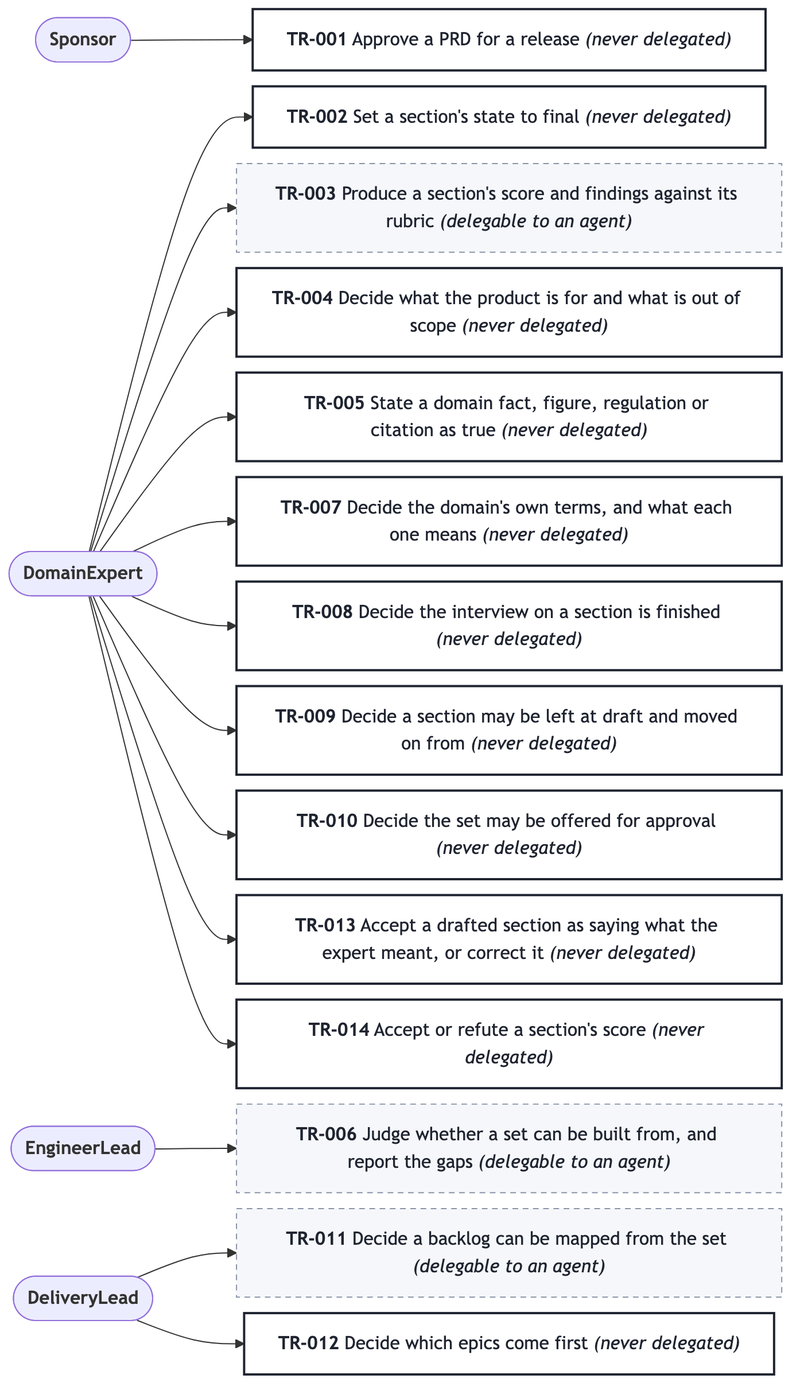
The Mermaid diagram docs/prd/prd-forge/diagrams/decision-rights.png in SpillwaveSolutions/prd-forge, before a commit. Its source is kept beside it as docs/prd/prd-forge/diagrams/decision-rights.mmd.
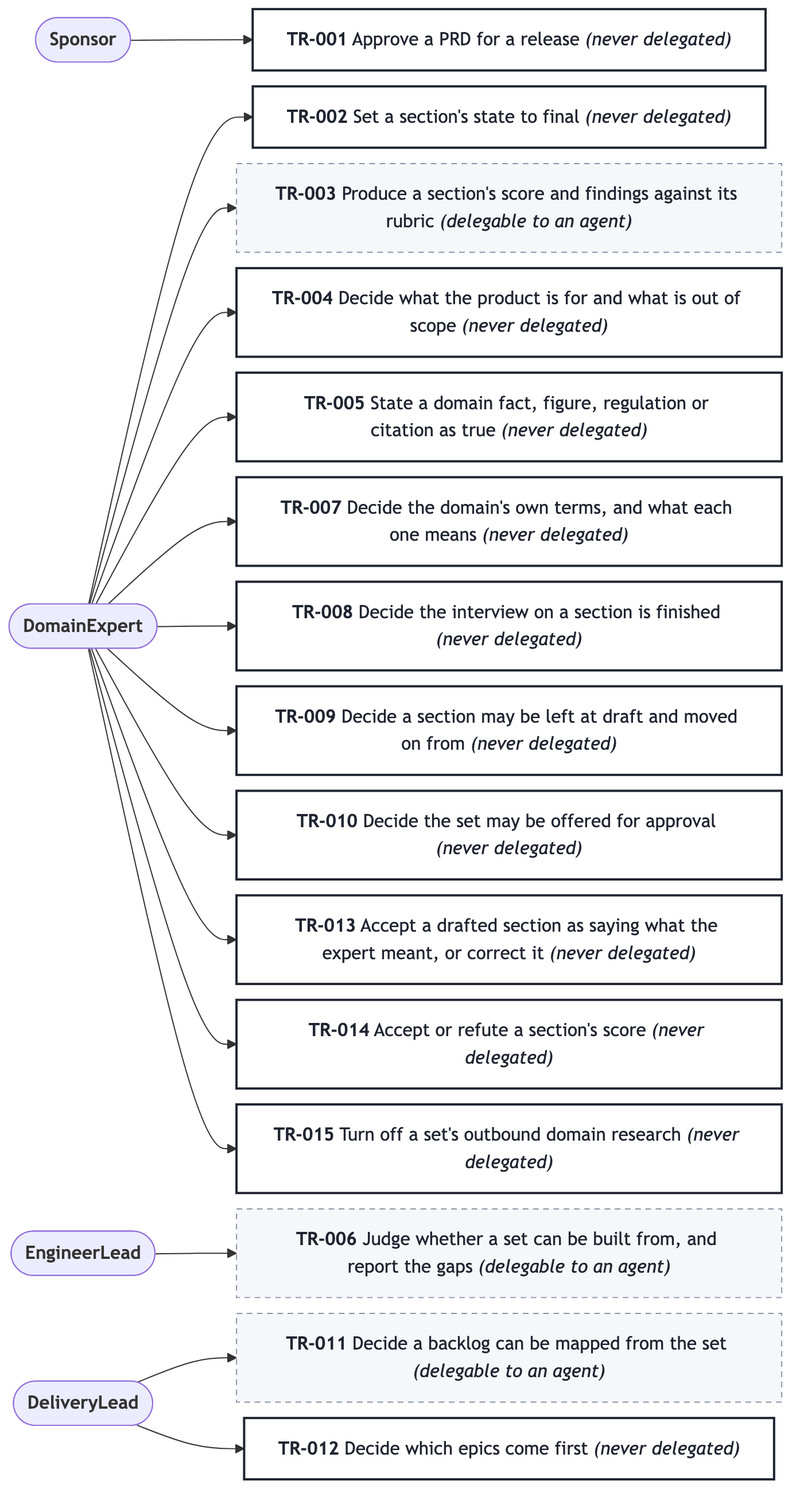
After the commit.

Change to the diagram source:
```diff
@@ -32,6 +32,8 @@
   APER001 --> DTR013
   DTR014["<b>TR-014</b> Accept or refute a section's score <i>(never delegated)</i>"]
   APER001 --> DTR014
+  DTR015["<b>TR-015</b> Turn off a set's outbound domain research <i>(never delegated)</i>"]
+  APER001 --> DTR015
   classDef never fill:#FFFFFF,stroke:#1F2430,stroke-width:2px,color:#1F2430
   classDef agent fill:#F5F7FA,stroke:#8A94A6,stroke-dasharray:5 4,color:#1F2430
   classDef person fill:#F5F7FA,stroke:#8A94A6,color:#1F2430
@@ -49,3 +51,4 @@
   class DTR012 never
   class DTR013 never
   class DTR014 never
+  class DTR015 never
```
